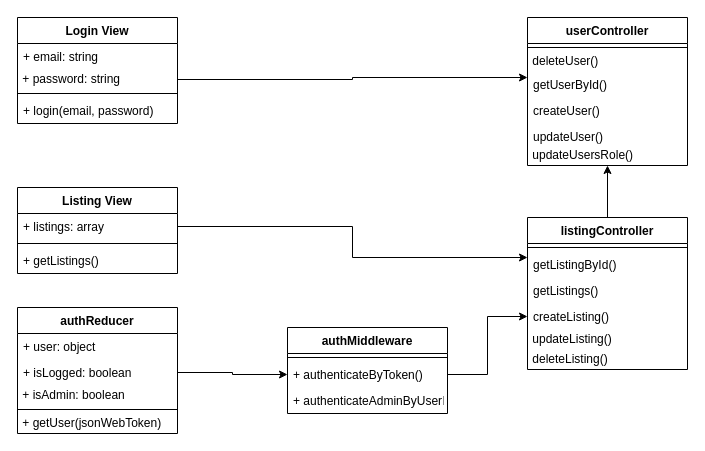
Earlier version of the draw.io diagram PSI_class_diagram.drawio (vortex200/tutor-finder-files). Source tidied: cells renumbered, new cells numbered last; positions are measured from the earlier drawing's top-left corner, leaving out a move shared by most shapes. Both pictures are drawn from the tidied source at 100%, with x=0, y=0 at pixel (17, 17).
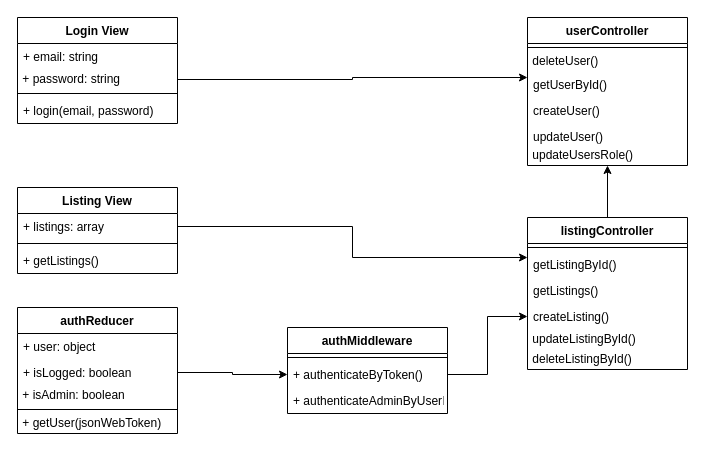
The same page after the edit.

The change refers to these unchanged cells:
```xml
<mxCell id="29" value="listingController" style="swimlane;fontStyle=1;align=center;verticalAlign=top;horizontal=1;startSize=26;" parent="1" vertex="1">
  <mxGeometry x="510" y="200" width="160" height="152" as="geometry" />
</mxCell>
```

Change to the diagram source:
```diff
@@
-    <mxCell id="34" value="&amp;nbsp;updateListing()" style="text;html=1;strokeColor=none;fillColor=none;align=left;verticalAlign=middle;whiteSpace=wrap;rounded=0;" parent="29" vertex="1">
+    <mxCell id="34" value="&amp;nbsp;updateListingById()" style="text;html=1;strokeColor=none;fillColor=none;align=left;verticalAlign=middle;whiteSpace=wrap;rounded=0;" parent="29" vertex="1">
       <mxGeometry y="112" width="160" height="20" as="geometry" />
     </mxCell>
-    <mxCell id="35" value="&amp;nbsp;deleteListing()" style="text;html=1;strokeColor=none;fillColor=none;align=left;verticalAlign=middle;whiteSpace=wrap;rounded=0;" parent="29" vertex="1">
+    <mxCell id="35" value="&amp;nbsp;deleteListingById()" style="text;html=1;strokeColor=none;fillColor=none;align=left;verticalAlign=middle;whiteSpace=wrap;rounded=0;" parent="29" vertex="1">
       <mxGeometry y="132" width="160" height="20" as="geometry" />
     </mxCell>
```
